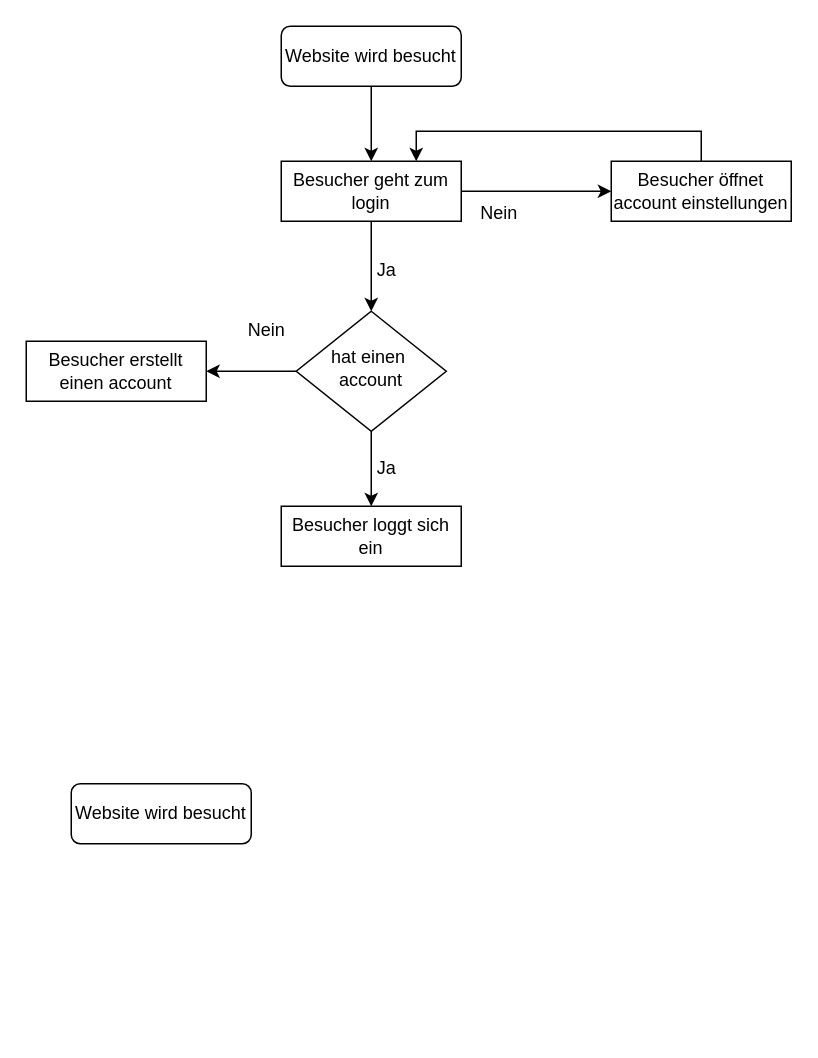
Earlier version of the draw.io diagram Diagramme/userExperienceDiagramm.drawio (saftrakete/CampusConnect). Source tidied: cells renumbered, new cells numbered last; positions are measured from the earlier drawing's top-left corner, leaving out a move shared by most shapes. Both pictures are drawn from the tidied source at 150%, with x=0, y=0 at pixel (26, 26).
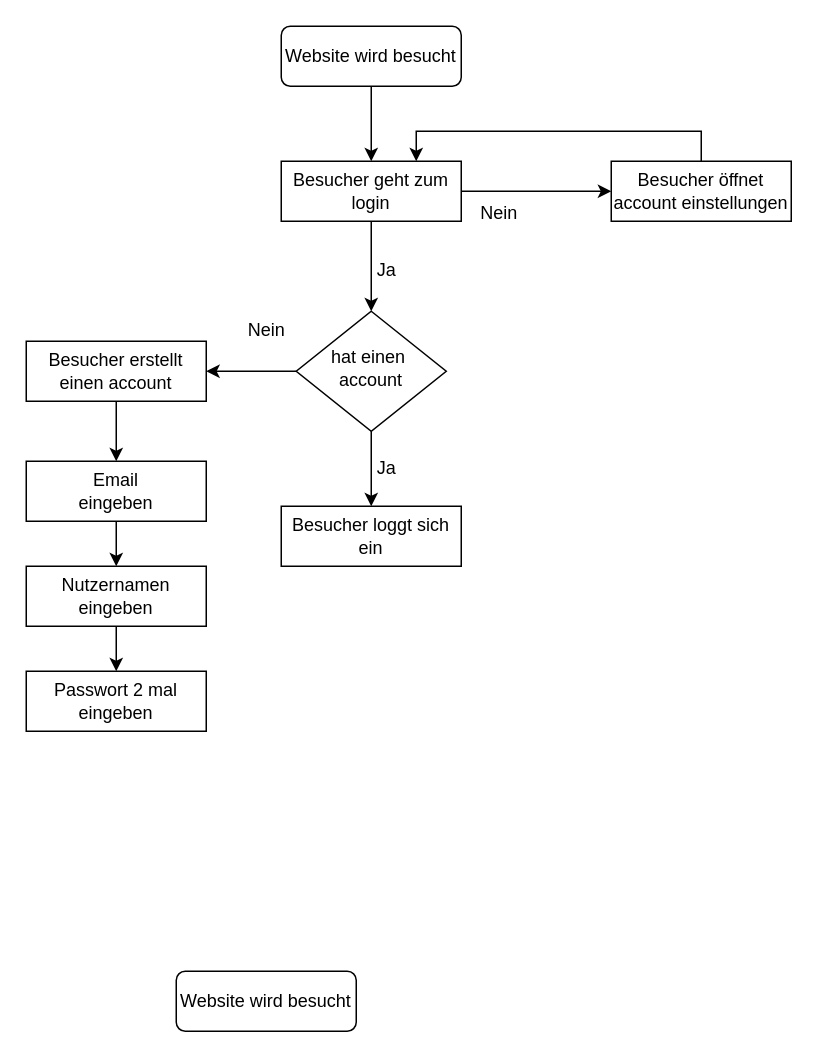
The same diagram, later.

Commit message:
Edit login-daten

Unchanged cells that the change refers to:
```xml
<mxCell id="11" value="Besucher erstellt einen account" style="rounded=0;whiteSpace=wrap;html=1;" parent="1" vertex="1">
  <mxGeometry y="210" width="120" height="40" as="geometry" />
</mxCell>
```

What changed in the source:
```diff
@@
+    <mxCell id="19" style="edgeStyle=orthogonalEdgeStyle;rounded=0;jettySize=auto;html=1;exitX=0.5;exitY=1;exitDx=0;exitDy=0;entryX=0.5;entryY=0;entryDx=0;entryDy=0;" parent="1" edge="1" source="11" target="21">
+      <mxGeometry relative="1" as="geometry" />
+    </mxCell>
@@
     <mxCell id="18" value="Website wird besucht" style="rounded=1;whiteSpace=wrap;html=1;fontSize=12;glass=0;strokeWidth=1;shadow=0;" parent="1" vertex="1">
-      <mxGeometry x="30" y="505" width="120" height="40" as="geometry" />
+      <mxGeometry x="100" y="630" width="120" height="40" as="geometry" />
     </mxCell>
+    <mxCell id="20" style="edgeStyle=orthogonalEdgeStyle;rounded=0;jettySize=auto;html=1;exitX=0.5;exitY=1;exitDx=0;exitDy=0;entryX=0.5;entryY=0;entryDx=0;entryDy=0;" parent="1" edge="1" source="21" target="23">
+      <mxGeometry relative="1" as="geometry" />
+    </mxCell>
+    <mxCell id="21" value="&lt;div&gt;Email&lt;/div&gt;&lt;div&gt;eingeben&lt;/div&gt;" style="rounded=0;whiteSpace=wrap;html=1;" parent="1" vertex="1">
+      <mxGeometry y="290" width="120" height="40" as="geometry" />
+    </mxCell>
+    <mxCell id="22" style="edgeStyle=orthogonalEdgeStyle;rounded=0;jettySize=auto;html=1;exitX=0.5;exitY=1;exitDx=0;exitDy=0;entryX=0.5;entryY=0;entryDx=0;entryDy=0;" parent="1" edge="1" source="23" target="24">
+      <mxGeometry relative="1" as="geometry" />
+    </mxCell>
+    <mxCell id="23" value="Nutzernamen eingeben" style="rounded=0;whiteSpace=wrap;html=1;" parent="1" vertex="1">
+      <mxGeometry y="360" width="120" height="40" as="geometry" />
+    </mxCell>
+    <mxCell id="24" value="Passwort 2 mal eingeben" style="rounded=0;whiteSpace=wrap;html=1;" parent="1" vertex="1">
+      <mxGeometry y="430" width="120" height="40" as="geometry" />
+    </mxCell>
```
